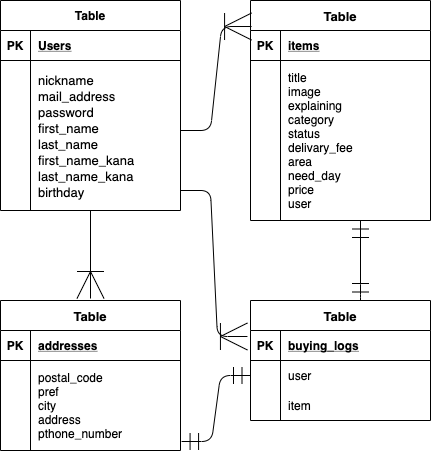
This is ER.dio.png from MerukuLyrical/furima-32472, a draw.io export, as it was before one commit. Source tidied: cells renumbered, new cells last; positions are measured from the earlier drawing's top-left corner, leaving out a move shared by most shapes. The source it was exported from:
```xml
<mxGraphModel>
  <root>
    <mxCell id="0" />
    <mxCell id="1" parent="0" />
    <mxCell id="2" value="Table" style="shape=table;startSize=30;rowLines=0;fontStyle=1;align=center;" parent="1" vertex="1">
      <mxGeometry width="180" height="210" as="geometry" />
    </mxCell>
    <mxCell id="3" style="shape=partialRectangle;fillColor=none;top=0;left=0;bottom=1;right=0;" parent="2" vertex="1">
      <mxGeometry y="30" width="180" height="30" as="geometry" />
    </mxCell>
    <mxCell id="4" value="PK" style="shape=partialRectangle;fillColor=none;top=0;left=0;bottom=0;right=0;fontStyle=1;overflow=hidden;" parent="3" vertex="1">
      <mxGeometry width="30" height="30" as="geometry" />
    </mxCell>
    <mxCell id="5" value="Users" style="shape=partialRectangle;fillColor=none;top=0;left=0;bottom=0;right=0;align=left;spacingLeft=6;fontStyle=5;overflow=hidden;" parent="3" vertex="1">
      <mxGeometry x="30" width="150" height="30" as="geometry" />
    </mxCell>
    <mxCell id="6" style="shape=partialRectangle;fillColor=none;top=0;left=0;bottom=0;right=0;" parent="2" vertex="1">
      <mxGeometry y="60" width="180" height="20" as="geometry" />
    </mxCell>
    <mxCell id="7" style="shape=partialRectangle;fillColor=none;top=0;left=0;bottom=0;right=0;overflow=hidden;" parent="6" vertex="1">
      <mxGeometry width="30" height="20" as="geometry" />
    </mxCell>
    <mxCell id="8" style="shape=partialRectangle;fillColor=none;top=0;left=0;bottom=0;right=0;align=left;spacingLeft=6;overflow=hidden;" parent="6" vertex="1">
      <mxGeometry x="30" width="150" height="20" as="geometry" />
    </mxCell>
    <mxCell id="9" style="shape=partialRectangle;fillColor=none;top=0;left=0;bottom=0;right=0;" parent="2" vertex="1">
      <mxGeometry y="80" width="180" height="20" as="geometry" />
    </mxCell>
    <mxCell id="10" style="shape=partialRectangle;fillColor=none;top=0;left=0;bottom=0;right=0;overflow=hidden;" parent="9" vertex="1">
      <mxGeometry width="30" height="20" as="geometry" />
    </mxCell>
    <mxCell id="11" style="shape=partialRectangle;fillColor=none;top=0;left=0;bottom=0;right=0;align=left;spacingLeft=6;overflow=hidden;" parent="9" vertex="1">
      <mxGeometry x="30" width="150" height="20" as="geometry" />
    </mxCell>
    <mxCell id="12" style="shape=partialRectangle;fillColor=none;top=0;left=0;bottom=0;right=0;" parent="2" vertex="1">
      <mxGeometry y="100" width="180" height="20" as="geometry" />
    </mxCell>
    <mxCell id="13" style="shape=partialRectangle;fillColor=none;top=0;left=0;bottom=0;right=0;overflow=hidden;" parent="12" vertex="1">
      <mxGeometry width="30" height="20" as="geometry" />
    </mxCell>
    <mxCell id="14" style="shape=partialRectangle;fillColor=none;top=0;left=0;bottom=0;right=0;align=left;spacingLeft=6;overflow=hidden;" parent="12" vertex="1">
      <mxGeometry x="30" width="150" height="20" as="geometry" />
    </mxCell>
    <mxCell id="15" value="nickname&#10;mail_address&#10;password&#10;first_name&#10;last_name&#10;first_name_kana&#10;last_name_kana&#10;birthday" style="shape=partialRectangle;fillColor=none;top=0;left=0;bottom=0;right=0;align=left;spacingLeft=6;overflow=hidden;fontSize=13;" parent="1" vertex="1">
      <mxGeometry x="30" y="60" width="150" height="150" as="geometry" />
    </mxCell>
    <mxCell id="16" value="Table" style="shape=table;startSize=30;rowLines=0;fontStyle=1;align=center;fontSize=13;" parent="1" vertex="1">
      <mxGeometry x="250" width="180" height="220" as="geometry" />
    </mxCell>
    <mxCell id="17" style="shape=partialRectangle;fillColor=none;top=0;left=0;bottom=1;right=0;points=[[0,0.5],[1,0.5]];portConstraint=eastwest;" parent="16" vertex="1">
      <mxGeometry y="30" width="180" height="30" as="geometry" />
    </mxCell>
    <mxCell id="18" value="PK" style="shape=partialRectangle;fillColor=none;top=0;left=0;bottom=0;right=0;fontStyle=1;overflow=hidden;" parent="17" vertex="1">
      <mxGeometry width="30" height="30" as="geometry" />
    </mxCell>
    <mxCell id="19" value="items" style="shape=partialRectangle;fillColor=none;top=0;left=0;bottom=0;right=0;align=left;spacingLeft=6;fontStyle=5;overflow=hidden;" parent="17" vertex="1">
      <mxGeometry x="30" width="150" height="30" as="geometry" />
    </mxCell>
    <mxCell id="20" style="shape=partialRectangle;fillColor=none;top=0;left=0;bottom=0;right=0;" parent="16" vertex="1">
      <mxGeometry y="60" width="180" height="160" as="geometry" />
    </mxCell>
    <mxCell id="21" style="shape=partialRectangle;fillColor=none;top=0;left=0;bottom=0;right=0;overflow=hidden;" parent="20" vertex="1">
      <mxGeometry width="30" height="160" as="geometry" />
    </mxCell>
    <mxCell id="22" value="title&#10;image&#10;explaining&#10;category&#10;status&#10;delivary_fee&#10;area&#10;need_day&#10;price&#10;user" style="shape=partialRectangle;fillColor=none;top=0;left=0;bottom=0;right=0;align=left;spacingLeft=6;overflow=hidden;" parent="20" vertex="1">
      <mxGeometry x="30" width="150" height="160" as="geometry" />
    </mxCell>
    <mxCell id="23" value="Table" style="shape=table;startSize=30;rowLines=0;fontStyle=1;align=center;fontSize=13;" parent="1" vertex="1">
      <mxGeometry y="300" width="180" height="150" as="geometry" />
    </mxCell>
    <mxCell id="24" style="shape=partialRectangle;fillColor=none;top=0;left=0;bottom=1;right=0;" parent="23" vertex="1">
      <mxGeometry y="30" width="180" height="30" as="geometry" />
    </mxCell>
    <mxCell id="25" value="PK" style="shape=partialRectangle;fillColor=none;top=0;left=0;bottom=0;right=0;fontStyle=1;overflow=hidden;" parent="24" vertex="1">
      <mxGeometry width="30" height="30" as="geometry" />
    </mxCell>
    <mxCell id="26" value="addresses" style="shape=partialRectangle;fillColor=none;top=0;left=0;bottom=0;right=0;align=left;spacingLeft=6;fontStyle=5;overflow=hidden;" parent="24" vertex="1">
      <mxGeometry x="30" width="150" height="30" as="geometry" />
    </mxCell>
    <mxCell id="27" style="shape=partialRectangle;fillColor=none;top=0;left=0;bottom=0;right=0;points=[[0,0.5],[1,0.5]];portConstraint=eastwest;" parent="23" vertex="1">
      <mxGeometry y="60" width="180" height="90" as="geometry" />
    </mxCell>
    <mxCell id="28" style="shape=partialRectangle;fillColor=none;top=0;left=0;bottom=0;right=0;overflow=hidden;" parent="27" vertex="1">
      <mxGeometry width="30" height="90" as="geometry" />
    </mxCell>
    <mxCell id="29" value="postal_code&#10;pref&#10;city&#10;address&#10;pthone_number" style="shape=partialRectangle;fillColor=none;top=0;left=0;bottom=0;right=0;align=left;spacingLeft=6;overflow=hidden;" parent="27" vertex="1">
      <mxGeometry x="30" width="150" height="90" as="geometry" />
    </mxCell>
    <mxCell id="30" value="Table" style="shape=table;startSize=30;rowLines=0;fontStyle=1;align=center;fontSize=13;" parent="1" vertex="1">
      <mxGeometry x="250" y="300" width="180" height="120" as="geometry" />
    </mxCell>
    <mxCell id="31" style="shape=partialRectangle;fillColor=none;top=0;left=0;bottom=1;right=0;points=[[0,0.5],[1,0.5]];portConstraint=eastwest;" parent="30" vertex="1">
      <mxGeometry y="30" width="180" height="30" as="geometry" />
    </mxCell>
    <mxCell id="32" value="PK" style="shape=partialRectangle;fillColor=none;top=0;left=0;bottom=0;right=0;fontStyle=1;overflow=hidden;" parent="31" vertex="1">
      <mxGeometry width="30" height="30" as="geometry" />
    </mxCell>
    <mxCell id="33" value="buying_logs" style="shape=partialRectangle;fillColor=none;top=0;left=0;bottom=0;right=0;align=left;spacingLeft=6;fontStyle=5;overflow=hidden;" parent="31" vertex="1">
      <mxGeometry x="30" width="150" height="30" as="geometry" />
    </mxCell>
    <mxCell id="34" style="shape=partialRectangle;fillColor=none;top=0;left=0;bottom=0;right=0;points=[[0,0.5],[1,0.5]];portConstraint=eastwest;" parent="30" vertex="1">
      <mxGeometry y="60" width="180" height="30" as="geometry" />
    </mxCell>
    <mxCell id="35" style="shape=partialRectangle;fillColor=none;top=0;left=0;bottom=0;right=0;overflow=hidden;" parent="34" vertex="1">
      <mxGeometry width="30" height="30" as="geometry" />
    </mxCell>
    <mxCell id="36" value="user" style="shape=partialRectangle;fillColor=none;top=0;left=0;bottom=0;right=0;align=left;spacingLeft=6;overflow=hidden;" parent="34" vertex="1">
      <mxGeometry x="30" width="150" height="30" as="geometry" />
    </mxCell>
    <mxCell id="37" style="shape=partialRectangle;fillColor=none;top=0;left=0;bottom=0;right=0;" parent="30" vertex="1">
      <mxGeometry y="90" width="180" height="30" as="geometry" />
    </mxCell>
    <mxCell id="38" style="shape=partialRectangle;fillColor=none;top=0;left=0;bottom=0;right=0;overflow=hidden;" parent="37" vertex="1">
      <mxGeometry width="30" height="30" as="geometry" />
    </mxCell>
    <mxCell id="39" value="item" style="shape=partialRectangle;fillColor=none;top=0;left=0;bottom=0;right=0;align=left;spacingLeft=6;overflow=hidden;" parent="37" vertex="1">
      <mxGeometry x="30" width="150" height="30" as="geometry" />
    </mxCell>
    <mxCell id="40" style="edgeStyle=entityRelationEdgeStyle;fontSize=12;html=1;endArrow=ERoneToMany;entryX=0.006;entryY=-0.133;entryDx=0;entryDy=0;entryPerimeter=0;endSize=25;" parent="1" edge="1" target="17">
      <mxGeometry relative="1" as="geometry">
        <mxPoint x="180" y="130" as="sourcePoint" />
      </mxGeometry>
    </mxCell>
    <mxCell id="41" style="fontSize=12;html=1;endArrow=ERoneToMany;endSize=25;startSize=16;" parent="1" edge="1">
      <mxGeometry relative="1" as="geometry">
        <mxPoint x="90" y="210" as="sourcePoint" />
        <mxPoint x="90" y="298" as="targetPoint" />
      </mxGeometry>
    </mxCell>
    <mxCell id="42" style="edgeStyle=entityRelationEdgeStyle;fontSize=12;html=1;endArrow=ERoneToMany;entryX=-0.017;entryY=0.2;entryDx=0;entryDy=0;entryPerimeter=0;endSize=25;" parent="1" edge="1" target="31">
      <mxGeometry relative="1" as="geometry">
        <mxPoint x="180" y="190" as="sourcePoint" />
      </mxGeometry>
    </mxCell>
    <mxCell id="43" style="fontSize=12;html=1;endArrow=ERmandOne;startArrow=ERmandOne;endSize=15;startSize=15;" parent="1" edge="1">
      <mxGeometry relative="1" as="geometry">
        <mxPoint x="360" y="300" as="sourcePoint" />
        <mxPoint x="360" y="220" as="targetPoint" />
        <Array as="points">
          <mxPoint x="360" y="294" />
        </Array>
      </mxGeometry>
    </mxCell>
    <mxCell id="44" style="edgeStyle=entityRelationEdgeStyle;fontSize=12;html=1;endArrow=ERmandOne;startArrow=ERmandOne;exitX=1.006;exitY=0.9;exitDx=0;exitDy=0;exitPerimeter=0;entryX=0;entryY=0.5;entryDx=0;entryDy=0;endSize=15;startSize=15;" parent="1" edge="1" source="27" target="34">
      <mxGeometry relative="1" as="geometry" />
    </mxCell>
  </root>
</mxGraphModel>
```
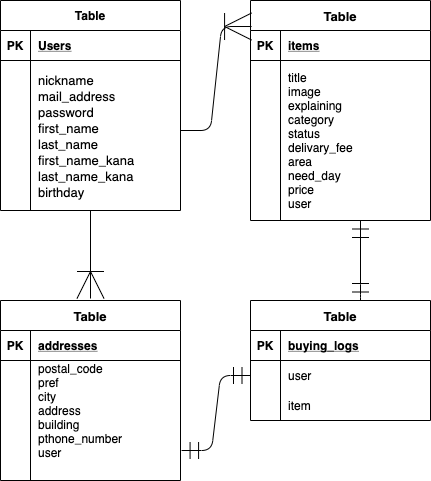
The same file after the commit.

Commit message:
データベース設計(修正版２)

The edit, as a diff of the source:
```diff
@@ -66,7 +66,7 @@
       <mxGeometry x="30" width="150" height="160" as="geometry" />
     </mxCell>
     <mxCell id="23" value="Table" style="shape=table;startSize=30;rowLines=0;fontStyle=1;align=center;fontSize=13;" parent="1" vertex="1">
-      <mxGeometry y="300" width="180" height="150" as="geometry" />
+      <mxGeometry y="300" width="180" height="180" as="geometry" />
     </mxCell>
     <mxCell id="24" style="shape=partialRectangle;fillColor=none;top=0;left=0;bottom=1;right=0;" parent="23" vertex="1">
       <mxGeometry y="30" width="180" height="30" as="geometry" />
@@ -78,13 +78,13 @@
       <mxGeometry x="30" width="150" height="30" as="geometry" />
     </mxCell>
     <mxCell id="27" style="shape=partialRectangle;fillColor=none;top=0;left=0;bottom=0;right=0;points=[[0,0.5],[1,0.5]];portConstraint=eastwest;" parent="23" vertex="1">
-      <mxGeometry y="60" width="180" height="90" as="geometry" />
+      <mxGeometry y="60" width="180" height="100" as="geometry" />
     </mxCell>
     <mxCell id="28" style="shape=partialRectangle;fillColor=none;top=0;left=0;bottom=0;right=0;overflow=hidden;" parent="27" vertex="1">
-      <mxGeometry width="30" height="90" as="geometry" />
+      <mxGeometry width="30" height="100" as="geometry" />
     </mxCell>
-    <mxCell id="29" value="postal_code&#10;pref&#10;city&#10;address&#10;pthone_number" style="shape=partialRectangle;fillColor=none;top=0;left=0;bottom=0;right=0;align=left;spacingLeft=6;overflow=hidden;" parent="27" vertex="1">
-      <mxGeometry x="30" width="150" height="90" as="geometry" />
+    <mxCell id="29" value="postal_code&#10;pref&#10;city&#10;address&#10;building&#10;pthone_number&#10;user" style="shape=partialRectangle;fillColor=none;top=0;left=0;bottom=0;right=0;align=left;spacingLeft=6;overflow=hidden;" parent="27" vertex="1">
+      <mxGeometry x="30" width="150" height="100" as="geometry" />
     </mxCell>
     <mxCell id="30" value="Table" style="shape=table;startSize=30;rowLines=0;fontStyle=1;align=center;fontSize=13;" parent="1" vertex="1">
       <mxGeometry x="250" y="300" width="180" height="120" as="geometry" />
@@ -127,11 +127,6 @@
         <mxPoint x="90" y="298" as="targetPoint" />
       </mxGeometry>
     </mxCell>
-    <mxCell id="42" style="edgeStyle=entityRelationEdgeStyle;fontSize=12;html=1;endArrow=ERoneToMany;entryX=-0.017;entryY=0.2;entryDx=0;entryDy=0;entryPerimeter=0;endSize=25;" parent="1" edge="1" target="31">
-      <mxGeometry relative="1" as="geometry">
-        <mxPoint x="180" y="190" as="sourcePoint" />
-      </mxGeometry>
-    </mxCell>
     <mxCell id="43" style="fontSize=12;html=1;endArrow=ERmandOne;startArrow=ERmandOne;endSize=15;startSize=15;" parent="1" edge="1">
       <mxGeometry relative="1" as="geometry">
         <mxPoint x="360" y="300" as="sourcePoint" />
```
